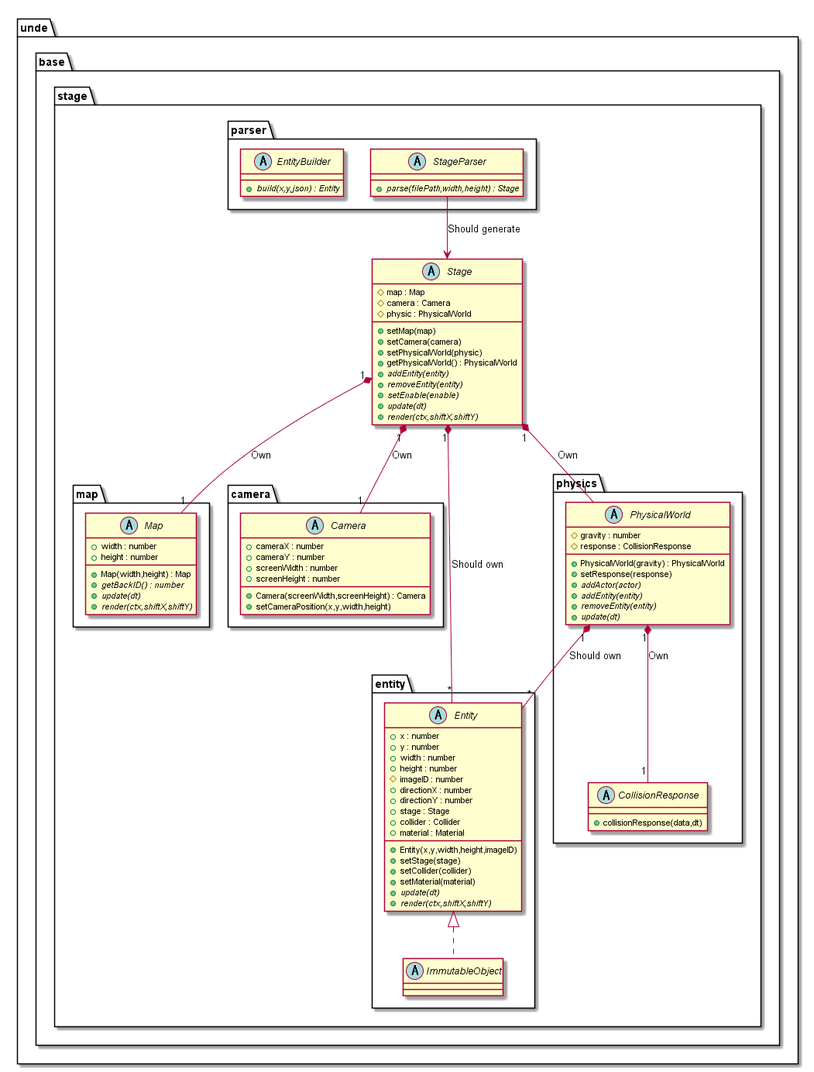
Expine/Under keeps this PlantUML diagram as out/uml/stage/Base/StageBase.png. Above is the earlier version.
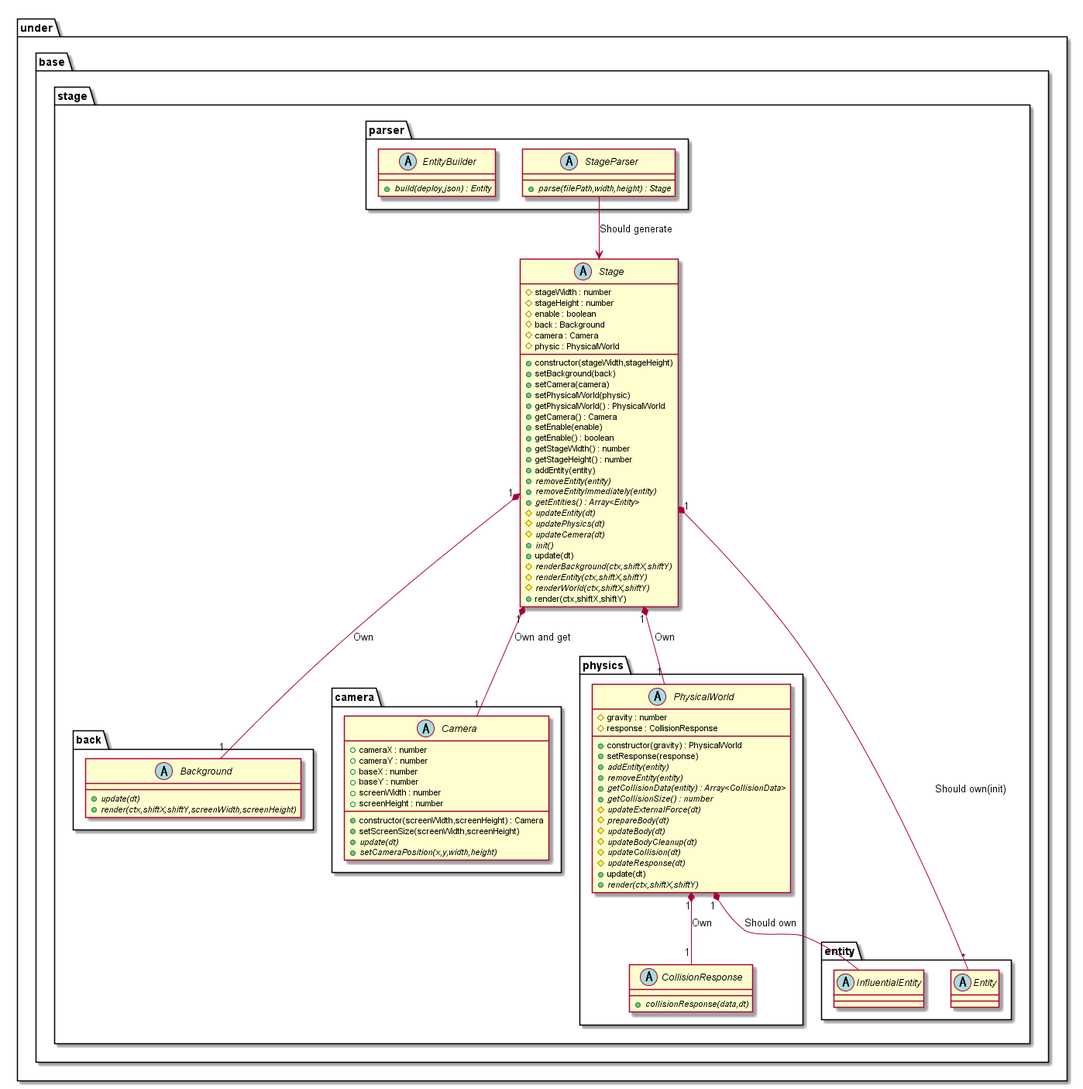
After the commit.

The edit, as a diff of the source:
```diff
@@ -1,98 +1,111 @@
 @startuml StageBase
 
-package unde {
+package under {
     package base {
         package stage {
             abstract Stage {
-                #map : Map
+                +constructor(stageWidth,stageHeight)
+                #stageWidth : number
+                #stageHeight : number
+                #enable : boolean
+                #back : Background
                 #camera : Camera
                 #physic : PhysicalWorld
-                +setMap(map)
+                +setBackground(back)
                 +setCamera(camera)
                 +setPhysicalWorld(physic)
                 +getPhysicalWorld() : PhysicalWorld
-                {abstract} +addEntity(entity)
+                +getCamera() : Camera
+                +setEnable(enable)
+                +getEnable() : boolean
+                +getStageWidth() : number
+                +getStageHeight() : number
+                +addEntity(entity)
                 {abstract} +removeEntity(entity)
-                {abstract} +setEnable(enable)
-                {abstract} +update(dt)
-                {abstract} +render(ctx,shiftX,shiftY)
+                {abstract} +removeEntityImmediately(entity)
+                {abstract} +getEntities() : Array<Entity>
+                {abstract} #updateEntity(dt)
+                {abstract} #updatePhysics(dt)
+                {abstract} #updateCemera(dt)
+                {abstract} +init()
+                +update(dt)
+                {abstract} #renderBackground(ctx,shiftX,shiftY)
+                {abstract} #renderEntity(ctx,shiftX,shiftY)
+                {abstract} #renderWorld(ctx,shiftX,shiftY)
+                +render(ctx,shiftX,shiftY)
             }
             package parser {
                 abstract StageParser {
                     {abstract} +parse(filePath,width,height) : Stage
                 }
                 abstract EntityBuilder {
-                    {abstract} +build(x,y,json) : Entity
+                    {abstract} +build(deploy,json) : Entity
                 }
             }
-            package map {
-                abstract Map {
-                    +Map(width,height) : Map
-                    +width : number
-                    +height : number
-                    {abstract} +getBackID() : number
+            package back {
+                abstract Background {
                     {abstract} +update(dt)
-                    {abstract} +render(ctx,shiftX,shiftY)
+                    {abstract} +render(ctx,shiftX,shiftY,screenWidth,screenHeight)
                 }
             }
             package camera {
                 abstract Camera {
-                    +Camera(screenWidth,screenHeight) : Camera
+                    +constructor(screenWidth,screenHeight) : Camera
                     +cameraX : number
                     +cameraY : number
+                    +baseX : number
+                    +baseY : number
                     +screenWidth : number
                     +screenHeight : number
-                    +setCameraPosition(x,y,width,height)
+                    +setScreenSize(screenWidth,screenHeight)
+                    {abstract} +update(dt)
+                    {abstract} +setCameraPosition(x,y,width,height)
                 }
-            }
-            package entity {
-                abstract Entity {
-                    +Entity(x,y,width,height,imageID)
-                    +x : number
-                    +y : number
-                    +width : number
-                    +height : number
-                    #imageID : number
-                    +directionX : number
-                    +directionY : number
-                    +stage : Stage
-                    +collider : Collider
-                    +material : Material
-                    +setStage(stage)
-                    +setCollider(collider)
-                    +setMaterial(material)
-                    {abstract} +update(dt)
-                    {abstract} +render(ctx,shiftX,shiftY)
-                }
-                abstract ImmutableObject
             }
             package physics {
                 abstract PhysicalWorld {
-                    +PhysicalWorld(gravity) : PhysicalWorld
+                    +constructor(gravity) : PhysicalWorld
                     #gravity : number
                     #response : CollisionResponse
                     +setResponse(response)
-                    {abstract} +addActor(actor)
                     {abstract} +addEntity(entity)
                     {abstract} +removeEntity(entity)
-                    {abstract} +update(dt)
+                    {abstract} +getCollisionData(entity) : Array<CollisionData>
+                    {abstract} +getCollisionSize() : number
+                    {abstract} #updateExternalForce(dt)
+                    {abstract} #prepareBody(dt)
+                    {abstract} #updateBody(dt)
+                    {abstract} #updateBodyCleanup(dt)
+                    {abstract} #updateCollision(dt)
+                    {abstract} #updateResponse(dt)
+                    +update(dt)
+                    {abstract} +render(ctx,shiftX,shiftY)
                 }
                 abstract CollisionResponse {
-                    +collisionResponse(data,dt)
+                    {abstract} +collisionResponse(data,dt)
                 }
             }
         }
     }
 }
 
+package under {
+    package base {
+        package stage {
+            package entity {
+                abstract Entity
+                abstract InfluentialEntity
+            }
+        }
+    }
+}
+
 StageParser --> Stage : Should generate
-Stage "1" *-- "1" Map : Own
-Stage "1" *-- "1" Camera : Own
+Stage "1" *-- "1" Background : Own
+Stage "1" *-- "1" Camera : Own and get
 Stage "1" *-- "1" PhysicalWorld : Own
-Stage "1" *-- "*" Entity : Should own
-PhysicalWorld "1"*--"*" Entity : Should own
+Stage "1" *-- "*" Entity : Should own(init)
+PhysicalWorld "1"*--"*" InfluentialEntity : Should own
 PhysicalWorld "1"*--"1" CollisionResponse : Own
 
-Entity <|.. ImmutableObject
-
 @enduml
```
